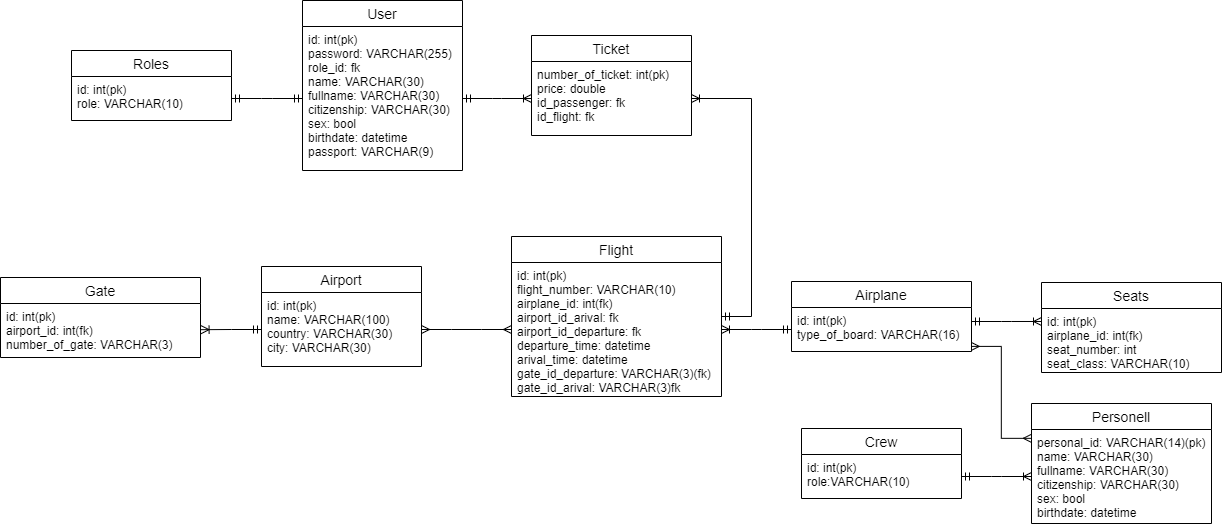
DaftCod/Data_Bases-2022-23 keeps this draw.io diagram as Aviaticket.png. Above is the earlier version. Source tidied: cells renumbered, new cells last; positions are measured from the earlier drawing's top-left corner, leaving out a move shared by most shapes.
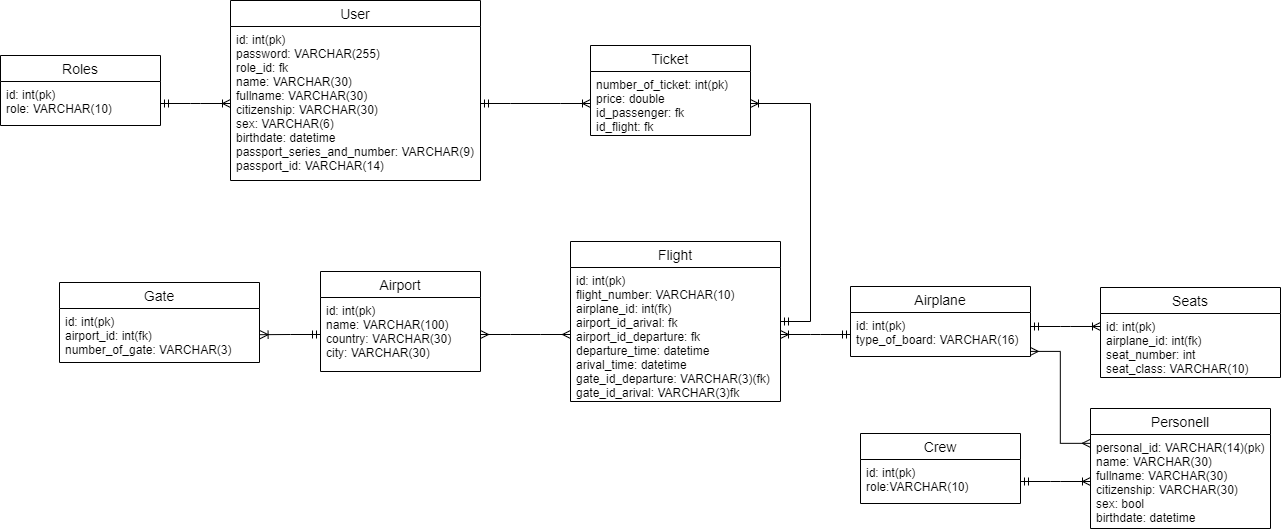
After the change.

The edit, as a diff of the source:
```diff
@@ -9,10 +9,10 @@
       <mxGeometry y="26" width="160" height="74" as="geometry" />
     </mxCell>
     <mxCell id="4" value="Ticket" style="swimlane;fontStyle=0;horizontal=1;startSize=26;align=center;fontSize=14;" parent="1" vertex="1">
-      <mxGeometry x="531" y="35" width="160" height="100" as="geometry" />
+      <mxGeometry x="531" y="40" width="160" height="90" as="geometry" />
     </mxCell>
     <mxCell id="5" value="number_of_ticket: int(pk)&#10;price: double&#10;id_passenger: fk&#10;id_flight: fk" style="text;strokeColor=none;fillColor=none;spacingLeft=4;spacingRight=4;overflow=hidden;points=[[0,0.5],[1,0.5]];portConstraint=eastwest;fontSize=12;" parent="4" vertex="1">
-      <mxGeometry y="26" width="160" height="74" as="geometry" />
+      <mxGeometry y="26" width="160" height="64" as="geometry" />
     </mxCell>
     <mxCell id="6" value="Flight" style="swimlane;fontStyle=0;horizontal=1;startSize=26;align=center;fontSize=14;" parent="1" vertex="1">
       <mxGeometry x="511" y="236" width="210" height="160" as="geometry" />
@@ -72,25 +72,25 @@
       <mxGeometry relative="1" as="geometry" />
     </mxCell>
     <mxCell id="24" value="User" style="swimlane;fontStyle=0;horizontal=1;startSize=26;align=center;fontSize=14;" parent="1" vertex="1">
-      <mxGeometry x="302" width="160" height="170" as="geometry" />
+      <mxGeometry x="171" y="-5" width="250" height="180" as="geometry" />
     </mxCell>
-    <mxCell id="25" value="id: int(pk)&#10;password: VARCHAR(255)&#10;role_id: fk&#10;name: VARCHAR(30)&#10;fullname: VARCHAR(30)&#10;citizenship: VARCHAR(30)&#10;sex: bool&#10;birthdate: datetime&#10;passport: VARCHAR(9)" style="text;strokeColor=none;fillColor=none;spacingLeft=4;spacingRight=4;overflow=hidden;points=[[0,0.5],[1,0.5]];portConstraint=eastwest;fontSize=12;" parent="24" vertex="1">
-      <mxGeometry y="26" width="160" height="144" as="geometry" />
+    <mxCell id="25" value="id: int(pk)&#10;password: VARCHAR(255)&#10;role_id: fk&#10;name: VARCHAR(30)&#10;fullname: VARCHAR(30)&#10;citizenship: VARCHAR(30)&#10;sex: VARCHAR(6)&#10;birthdate: datetime&#10;passport_series_and_number: VARCHAR(9)&#10;passport_id: VARCHAR(14)" style="text;strokeColor=none;fillColor=none;spacingLeft=4;spacingRight=4;overflow=hidden;points=[[0,0.5],[1,0.5]];portConstraint=eastwest;fontSize=12;" parent="24" vertex="1">
+      <mxGeometry y="26" width="250" height="154" as="geometry" />
     </mxCell>
     <mxCell id="26" value="Roles" style="swimlane;fontStyle=0;horizontal=1;startSize=26;align=center;fontSize=14;" parent="1" vertex="1">
-      <mxGeometry x="71" y="50" width="160" height="70" as="geometry" />
+      <mxGeometry x="-59" y="50" width="160" height="70" as="geometry" />
     </mxCell>
     <mxCell id="27" value="id: int(pk)&#10;role: VARCHAR(10)" style="text;strokeColor=none;fillColor=none;spacingLeft=4;spacingRight=4;overflow=hidden;points=[[0,0.5],[1,0.5]];portConstraint=eastwest;fontSize=12;" parent="26" vertex="1">
       <mxGeometry y="26" width="160" height="44" as="geometry" />
     </mxCell>
-    <mxCell id="28" style="edgeStyle=entityRelationEdgeStyle;fontSize=12;html=1;endArrow=ERmandOne;startArrow=ERmandOne;rounded=0;exitX=1;exitY=0.5;exitDx=0;exitDy=0;" parent="1" edge="1" source="27" target="25">
-      <mxGeometry relative="1" as="geometry" />
-    </mxCell>
     <mxCell id="29" style="edgeStyle=entityRelationEdgeStyle;fontSize=12;html=1;endArrow=ERoneToMany;startArrow=ERmandOne;rounded=0;exitX=1;exitY=0.5;exitDx=0;exitDy=0;" parent="1" edge="1" source="25" target="5">
       <mxGeometry relative="1" as="geometry" />
     </mxCell>
     <mxCell id="30" style="edgeStyle=entityRelationEdgeStyle;fontSize=12;html=1;endArrow=ERmany;startArrow=ERmany;rounded=0;exitX=0;exitY=0.5;exitDx=0;exitDy=0;" parent="1" edge="1" source="7" target="3">
       <mxGeometry relative="1" as="geometry" />
     </mxCell>
+    <mxCell id="28" style="edgeStyle=entityRelationEdgeStyle;fontSize=12;html=1;endArrow=ERoneToMany;startArrow=ERmandOne;rounded=0;exitX=1;exitY=0.5;exitDx=0;exitDy=0;entryX=0;entryY=0.5;entryDx=0;entryDy=0;" parent="1" edge="1" source="27" target="25">
+      <mxGeometry relative="1" as="geometry" />
+    </mxCell>
   </root>
 </mxGraphModel>
```
